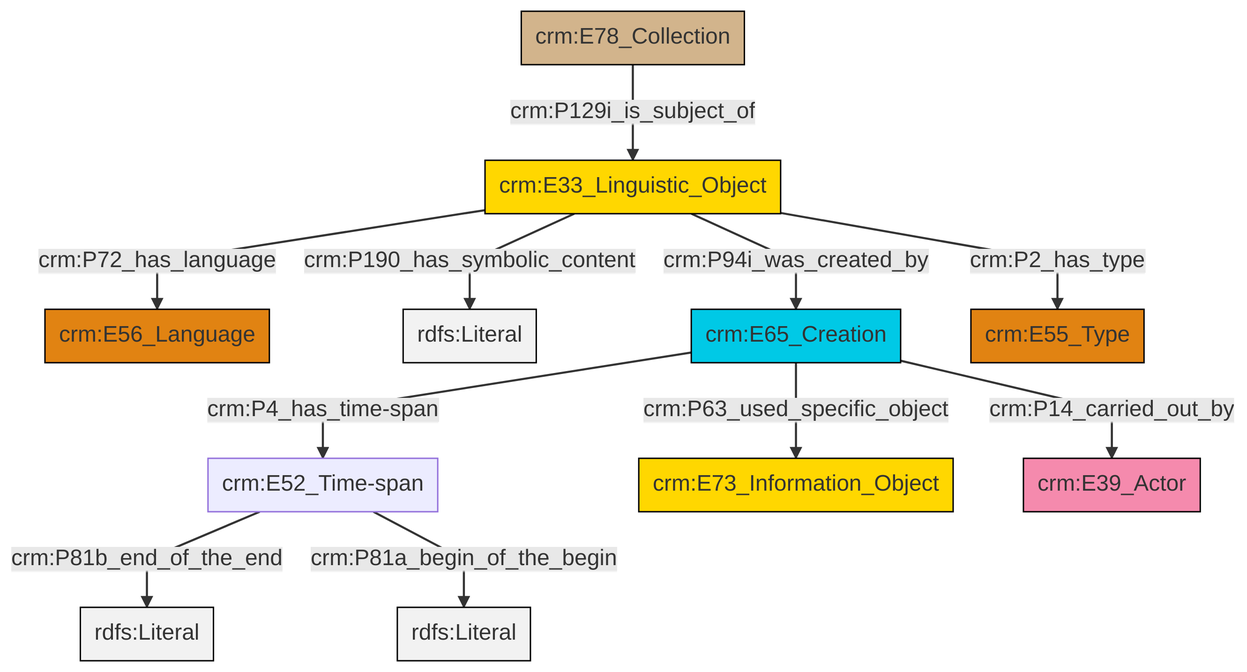
The Mermaid diagram et/archivalCSV/ttl/mmd/png/archival_desc.png in swiss-art-research-net/docs.swissartresearch, before a commit. Its source is kept beside it as et/archivalCSV/ttl/mmd/archival_desc.ttl.mmd. Source of this version:
```mermaid
graph TD
classDef Literal fill:#f2f2f2,stroke:#000000;
classDef CRM_Entity fill:#FFFFFF,stroke:#000000;
classDef Temporal_Entity fill:#00C9E6, stroke:#000000;
classDef Type fill:#E18312, stroke:#000000;
classDef Time-Span fill:#2C9C91, stroke:#000000;
classDef Appellation fill:#FFEB7F, stroke:#000000;
classDef Place fill:#008836, stroke:#000000;
classDef Persistent_Item fill:#B266B2, stroke:#000000;
classDef Conceptual_Object fill:#FFD700, stroke:#000000;
classDef Physical_Thing fill:#D2B48C, stroke:#000000;
classDef Actor fill:#f58aad, stroke:#000000;
classDef PC_Classes fill:#4ce600, stroke:#000000;
classDef Multi fill:#cccccc,stroke:#000000;

2["crm:E33_Linguistic_Object"]:::Conceptual_Object -->|crm:P190_has_symbolic_content| 3[rdfs:Literal]:::Literal
5["crm:E65_Creation"]:::Temporal_Entity -->|crm:P4_has_time-span| 6["crm:E52_Time-span"]:::Default
7["crm:E78_Collection"]:::Physical_Thing -->|crm:P129i_is_subject_of| 2["crm:E33_Linguistic_Object"]:::Conceptual_Object
2["crm:E33_Linguistic_Object"]:::Conceptual_Object -->|crm:P94i_was_created_by| 5["crm:E65_Creation"]:::Temporal_Entity
6["crm:E52_Time-span"]:::Default -->|crm:P81b_end_of_the_end| 8[rdfs:Literal]:::Literal
6["crm:E52_Time-span"]:::Default -->|crm:P81a_begin_of_the_begin| 9[rdfs:Literal]:::Literal
2["crm:E33_Linguistic_Object"]:::Conceptual_Object -->|crm:P72_has_language| 0["crm:E56_Language"]:::Type
5["crm:E65_Creation"]:::Temporal_Entity -->|crm:P14_carried_out_by| 13["crm:E39_Actor"]:::Actor
5["crm:E65_Creation"]:::Temporal_Entity -->|crm:P63_used_specific_object| 10["crm:E73_Information_Object"]:::Conceptual_Object
2["crm:E33_Linguistic_Object"]:::Conceptual_Object -->|crm:P2_has_type| 16["crm:E55_Type"]:::Type
```
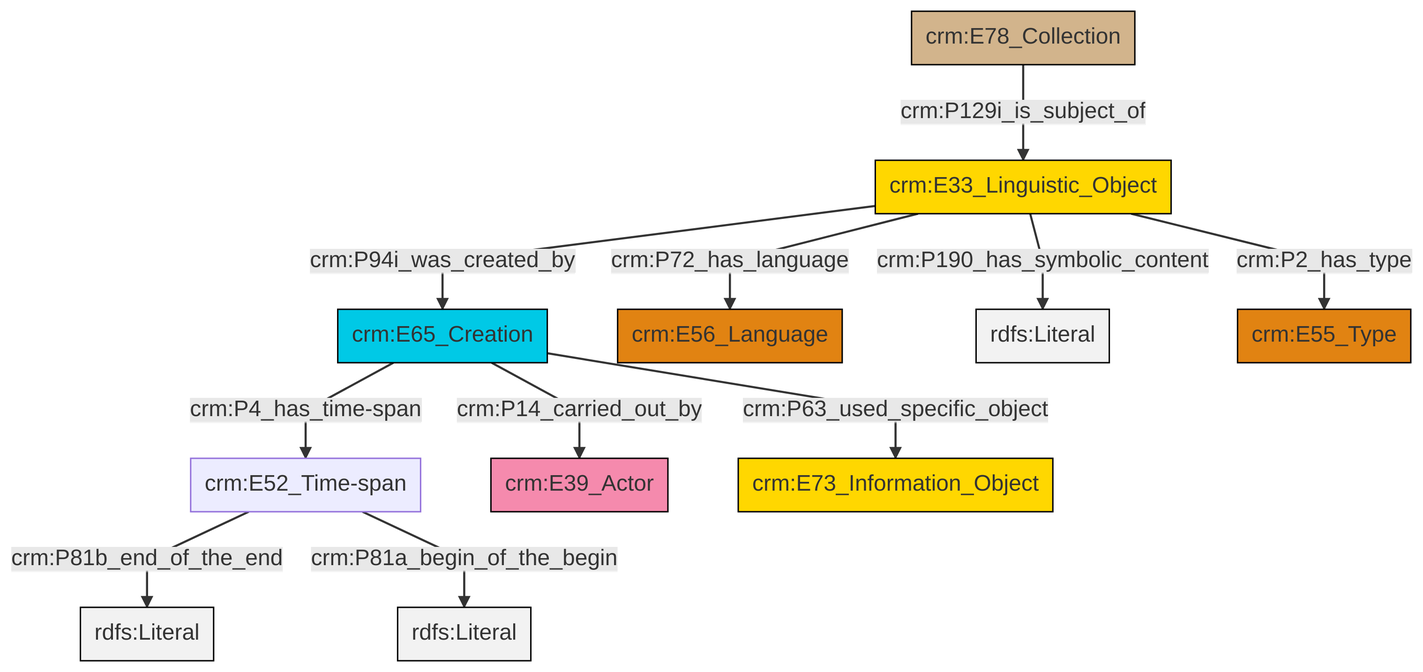
The same diagram one commit later.

The edit, as a diff of the source:
```diff
@@ -13,13 +13,13 @@
 classDef PC_Classes fill:#4ce600, stroke:#000000;
 classDef Multi fill:#cccccc,stroke:#000000;
 
-2["crm:E33_Linguistic_Object"]:::Conceptual_Object -->|crm:P190_has_symbolic_content| 3[rdfs:Literal]:::Literal
-5["crm:E65_Creation"]:::Temporal_Entity -->|crm:P4_has_time-span| 6["crm:E52_Time-span"]:::Default
-7["crm:E78_Collection"]:::Physical_Thing -->|crm:P129i_is_subject_of| 2["crm:E33_Linguistic_Object"]:::Conceptual_Object
-2["crm:E33_Linguistic_Object"]:::Conceptual_Object -->|crm:P94i_was_created_by| 5["crm:E65_Creation"]:::Temporal_Entity
-6["crm:E52_Time-span"]:::Default -->|crm:P81b_end_of_the_end| 8[rdfs:Literal]:::Literal
-6["crm:E52_Time-span"]:::Default -->|crm:P81a_begin_of_the_begin| 9[rdfs:Literal]:::Literal
-2["crm:E33_Linguistic_Object"]:::Conceptual_Object -->|crm:P72_has_language| 0["crm:E56_Language"]:::Type
-5["crm:E65_Creation"]:::Temporal_Entity -->|crm:P14_carried_out_by| 13["crm:E39_Actor"]:::Actor
-5["crm:E65_Creation"]:::Temporal_Entity -->|crm:P63_used_specific_object| 10["crm:E73_Information_Object"]:::Conceptual_Object
-2["crm:E33_Linguistic_Object"]:::Conceptual_Object -->|crm:P2_has_type| 16["crm:E55_Type"]:::Type
+0["crm:E65_Creation"]:::Temporal_Entity -->|crm:P4_has_time-span| 1["crm:E52_Time-span"]:::Default
+1["crm:E52_Time-span"]:::Default -->|crm:P81b_end_of_the_end| 5[rdfs:Literal]:::Literal
+3["crm:E33_Linguistic_Object"]:::Conceptual_Object -->|crm:P72_has_language| 6["crm:E56_Language"]:::Type
+3["crm:E33_Linguistic_Object"]:::Conceptual_Object -->|crm:P190_has_symbolic_content| 7[rdfs:Literal]:::Literal
+0["crm:E65_Creation"]:::Temporal_Entity -->|crm:P14_carried_out_by| 8["crm:E39_Actor"]:::Actor
+1["crm:E52_Time-span"]:::Default -->|crm:P81a_begin_of_the_begin| 9[rdfs:Literal]:::Literal
+11["crm:E78_Collection"]:::Physical_Thing -->|crm:P129i_is_subject_of| 3["crm:E33_Linguistic_Object"]:::Conceptual_Object
+3["crm:E33_Linguistic_Object"]:::Conceptual_Object -->|crm:P2_has_type| 12["crm:E55_Type"]:::Type
+3["crm:E33_Linguistic_Object"]:::Conceptual_Object -->|crm:P94i_was_created_by| 0["crm:E65_Creation"]:::Temporal_Entity
+0["crm:E65_Creation"]:::Temporal_Entity -->|crm:P63_used_specific_object| 14["crm:E73_Information_Object"]:::Conceptual_Object
```
